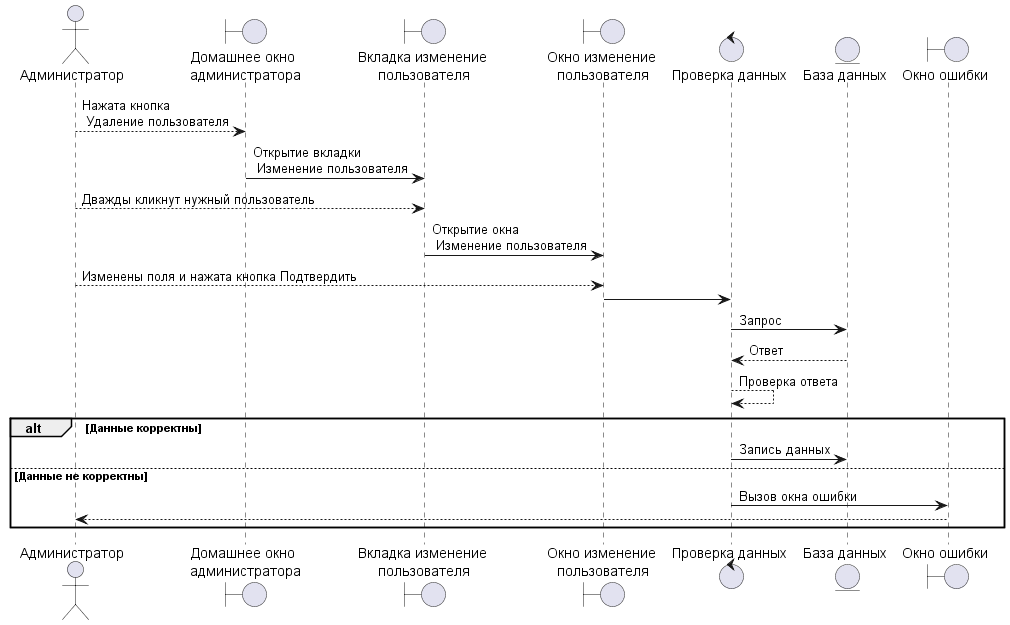
Earlier version of the PlantUML export UML/out/Posledovatelnosty/PoChangePolzovatelya/PoYdaleniePolzovatelya.wsd.png (Undetaker45/MDKP).
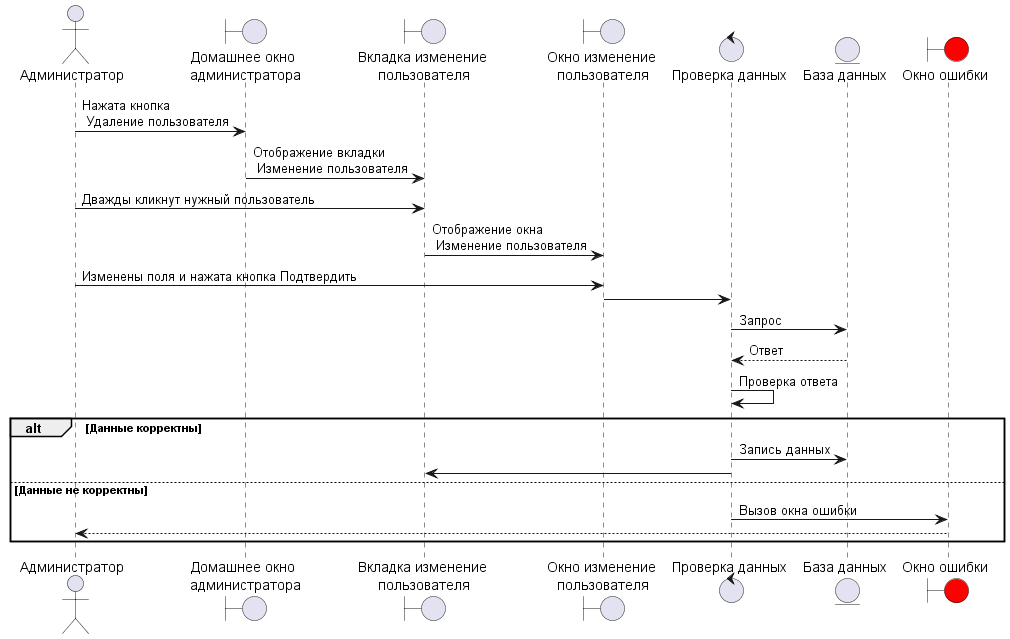
After the change.

Change to the diagram source:
```diff
@@ -12,17 +12,17 @@
 
 entity "База данных" as en
 
-boundary "Окно ошибки" as err
+boundary "Окно ошибки" as  err #Red
 
-pl --> bo: Нажата кнопка\n Удаление пользователя
+pl -> bo: Нажата кнопка\n Удаление пользователя
 
-bo -> bo1: Открытие вкладки\n Изменение пользователя
+bo -> bo1: Отображение вкладки\n Изменение пользователя
 
-pl --> bo1 : Дважды кликнут нужный пользователь
+pl -> bo1 : Дважды кликнут нужный пользователь
 
-bo1 -> bo2 : Открытие окна\n Изменение пользователя
+bo1 -> bo2 : Отображение окна\n Изменение пользователя
 
-pl --> bo2: Изменены поля и нажата кнопка Подтвердить
+pl -> bo2: Изменены поля и нажата кнопка Подтвердить
 
 bo2 -> co2
 
@@ -30,11 +30,13 @@
 
 en --> co2 : Ответ
 
-co2 --> co2 : Проверка ответа
+co2 -> co2 : Проверка ответа
 
 alt Данные корректны
 
 co2 -> en : Запись данных
+
+co2 -> bo1
 
 else Данные не корректны
 
```
